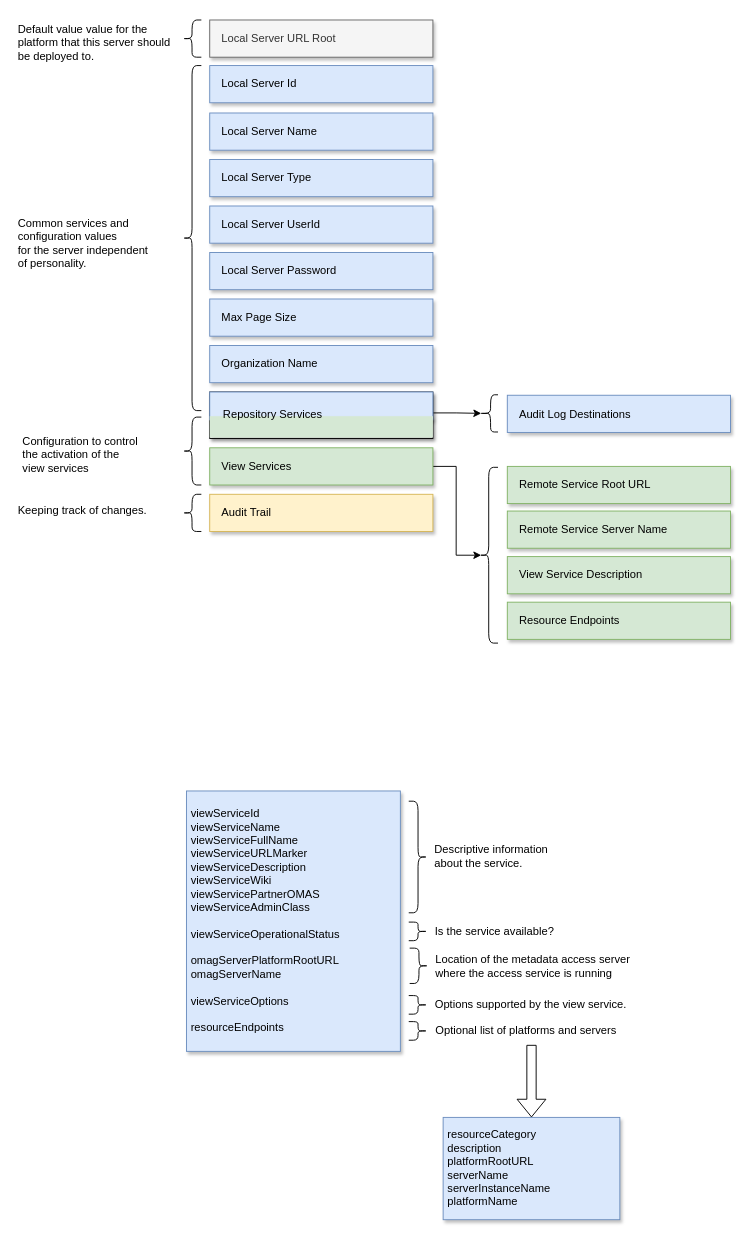
This is page "view-services-config" (21 of 28) of site/docs/guides/admin/egeria-admin.drawio from odpi/egeria-docs, a draw.io file, before an edit. Source tidied: cells renumbered, new cells numbered last; positions are measured from the earlier drawing's top-left corner, leaving out a move shared by most shapes. Both pictures are drawn from the tidied source at 93%, with x=0, y=0 at pixel (16, 20).
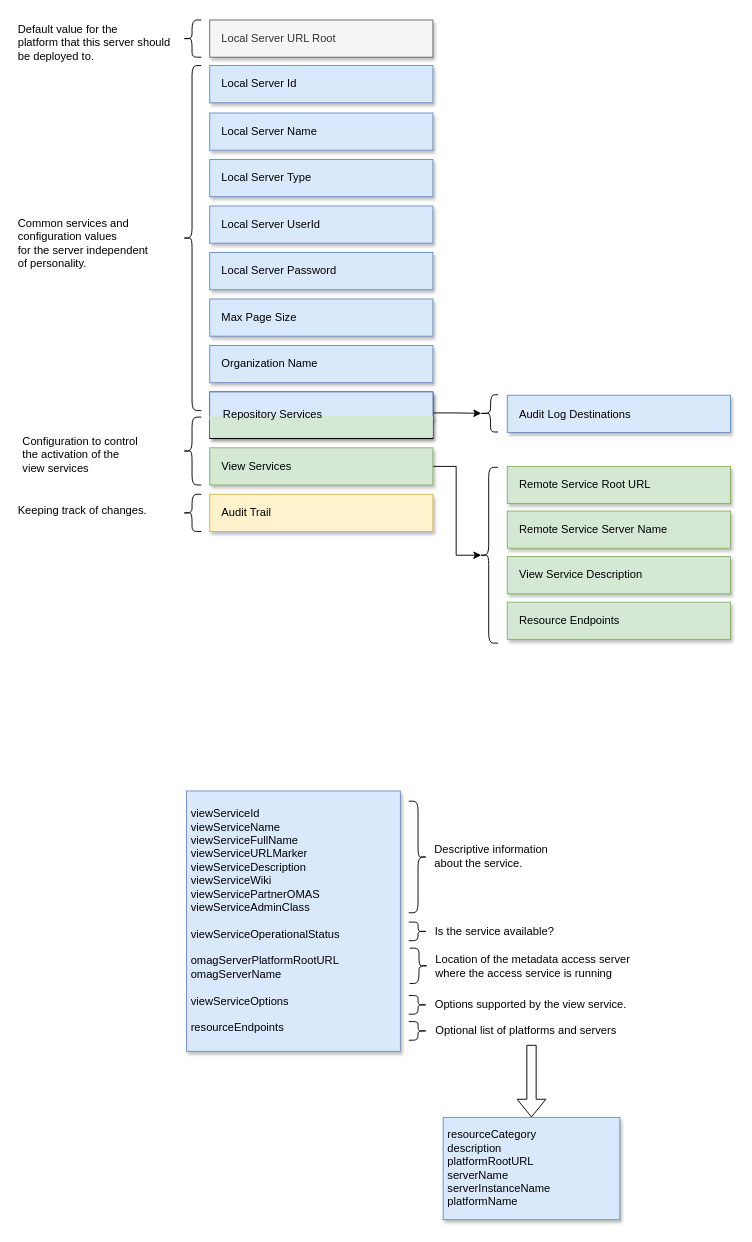
The same page after the edit.

Change to the diagram source:
```diff
@@
-    <mxCell id="31" value="Default value value for the&lt;br&gt;platform that this server should&lt;br&gt;be deployed to." style="text;html=1;align=left;verticalAlign=top;spacingTop=-4;fontSize=12;" parent="1" vertex="1">
-      <mxGeometry width="180" height="40" as="geometry" />
+    <mxCell id="31" value="Default value for the&lt;br&gt;platform that this server should&lt;br&gt;be deployed to." style="text;html=1;align=left;verticalAlign=top;spacingTop=-4;fontSize=12;" parent="1" vertex="1">
+      <mxGeometry width="190" height="50" as="geometry" />
     </mxCell>
```
